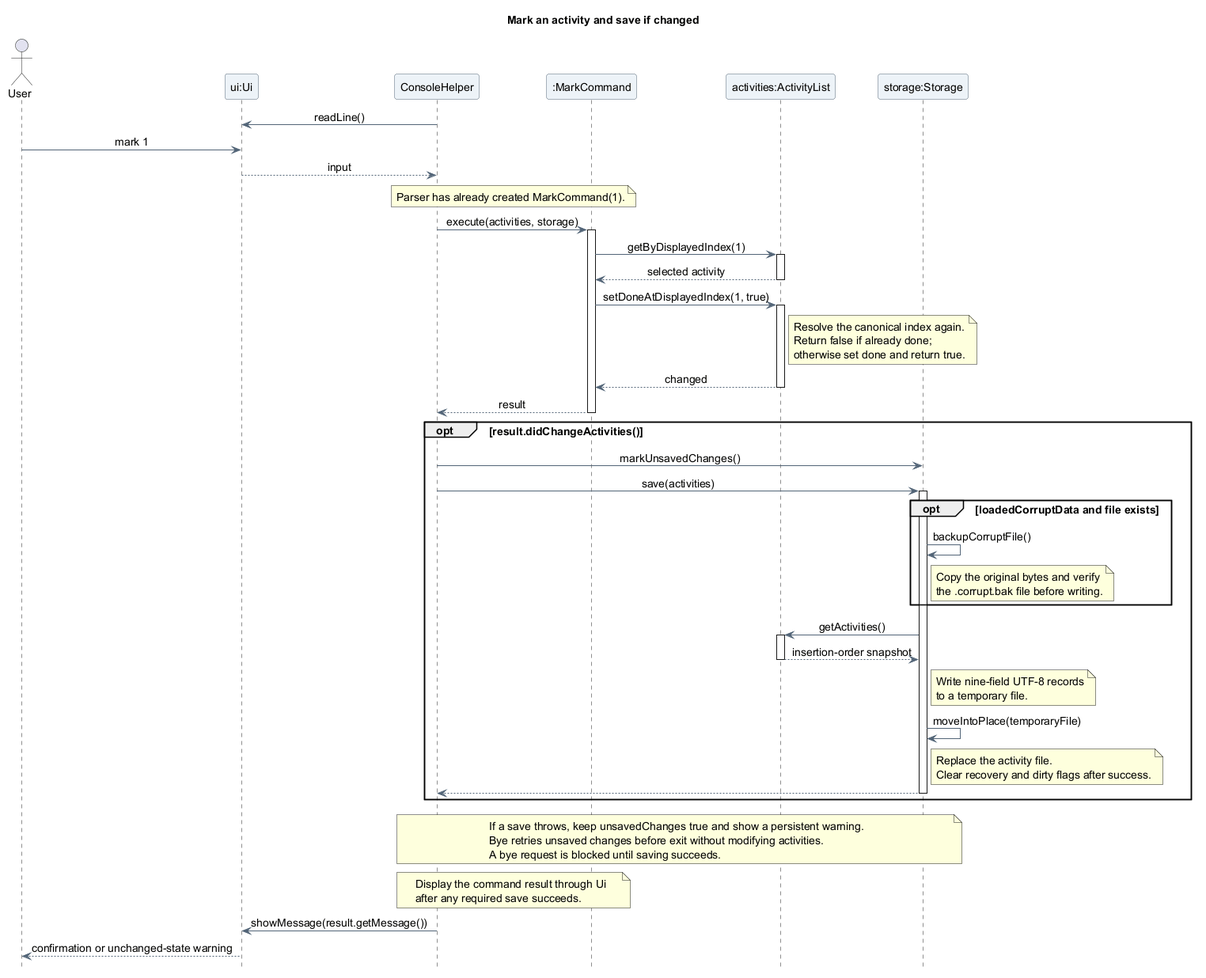
Above: docs/images/oliver/sequence/CompletionAndSaveSequence.png in AY2627S1-CS2113-T10-4/tp (PlantUML), before the change.
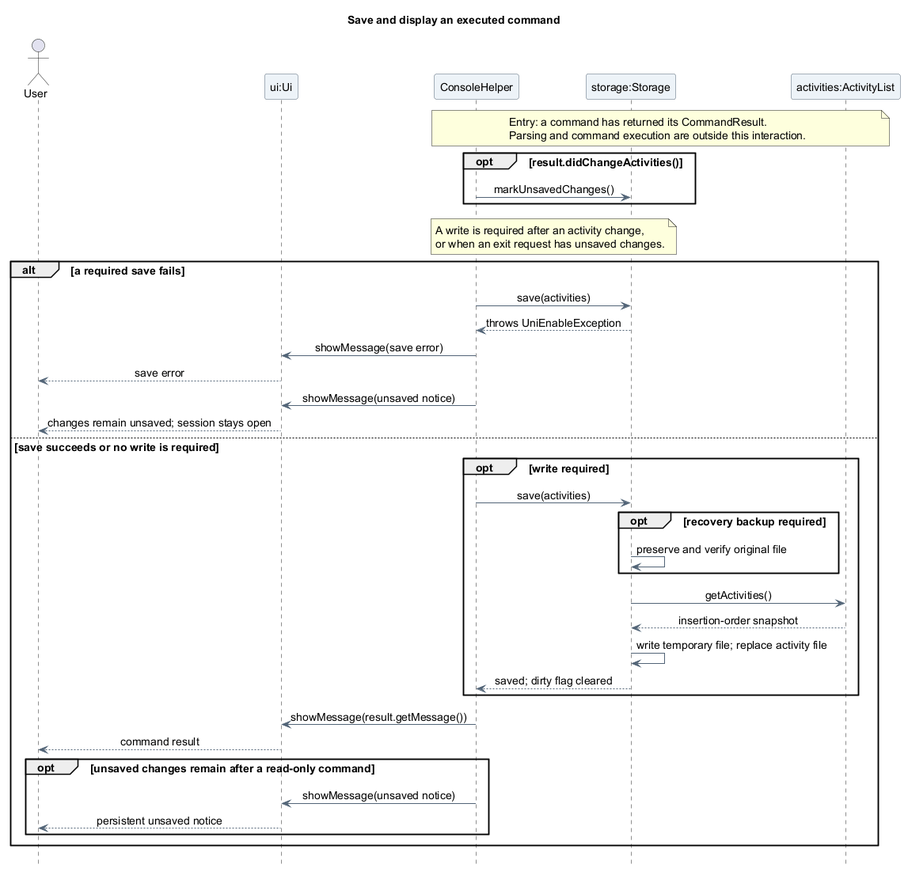
The same file after the commit.

What changed in the source:
```diff
@@ -1,5 +1,5 @@
 @startuml
-title Mark an activity and save if changed
+title Save and display an executed command
 skinparam backgroundColor white
 skinparam shadowing false
 skinparam defaultFontName SansSerif
@@ -13,71 +13,43 @@
 actor "User" as User
 participant "ui:Ui" as UI
 participant "ConsoleHelper" as Console
-participant ":MarkCommand" as Mark
+participant "storage:Storage" as Storage
 participant "activities:ActivityList" as Activities
-participant "storage:Storage" as Storage
 
-Console -> UI : readLine()
-User -> UI : mark 1
-UI --> Console : input
-
-note over Console, Mark
-  Parser has already created MarkCommand(1).
+note over Console, Activities
+  Entry: a command has returned its CommandResult.
+  Parsing and command execution are outside this interaction.
 end note
-Console -> Mark : execute(activities, storage)
-activate Mark
-Mark -> Activities : getByDisplayedIndex(1)
-activate Activities
-Activities --> Mark : selected activity
-deactivate Activities
-Mark -> Activities : setDoneAtDisplayedIndex(1, true)
-activate Activities
-note right of Activities
-  Resolve the canonical index again.
-  Return false if already done;
-  otherwise set done and return true.
-end note
-Activities --> Mark : changed
-deactivate Activities
-Mark --> Console : result
-deactivate Mark
-
 opt result.didChangeActivities()
   Console -> Storage : markUnsavedChanges()
-  Console -> Storage : save(activities)
-  activate Storage
-  opt loadedCorruptData and file exists
-    Storage -> Storage : backupCorruptFile()
-    note right of Storage
-      Copy the original bytes and verify
-      the .corrupt.bak file before writing.
-    end note
-  end
-  Storage -> Activities : getActivities()
-  activate Activities
-  Activities --> Storage : insertion-order snapshot
-  deactivate Activities
-  note right of Storage
-    Write nine-field UTF-8 records
-    to a temporary file.
-  end note
-  Storage -> Storage : moveIntoPlace(temporaryFile)
-  note right of Storage
-    Replace the activity file.
-    Clear recovery and dirty flags after success.
-  end note
-  Storage --> Console
-  deactivate Storage
 end
 note over Console, Storage
-  If a save throws, keep unsavedChanges true and show a persistent warning.
-  Bye retries unsaved changes before exit without modifying activities.
-  A bye request is blocked until saving succeeds.
+  A write is required after an activity change,
+  or when an exit request has unsaved changes.
 end note
-note over Console, Mark
-  Display the command result through Ui
-  after any required save succeeds.
-end note
-Console -> UI : showMessage(result.getMessage())
-UI --> User : confirmation or unchanged-state warning
+alt a required save fails
+  Console -> Storage : save(activities)
+  Storage --> Console : throws UniEnableException
+  Console -> UI : showMessage(save error)
+  UI --> User : save error
+  Console -> UI : showMessage(unsaved notice)
+  UI --> User : changes remain unsaved; session stays open
+else save succeeds or no write is required
+  opt write required
+    Console -> Storage : save(activities)
+    opt recovery backup required
+      Storage -> Storage : preserve and verify original file
+    end
+    Storage -> Activities : getActivities()
+    Activities --> Storage : insertion-order snapshot
+    Storage -> Storage : write temporary file; replace activity file
+    Storage --> Console : saved; dirty flag cleared
+  end
+  Console -> UI : showMessage(result.getMessage())
+  UI --> User : command result
+  opt unsaved changes remain after a read-only command
+    Console -> UI : showMessage(unsaved notice)
+    UI --> User : persistent unsaved notice
+  end
+end
 @enduml
```
